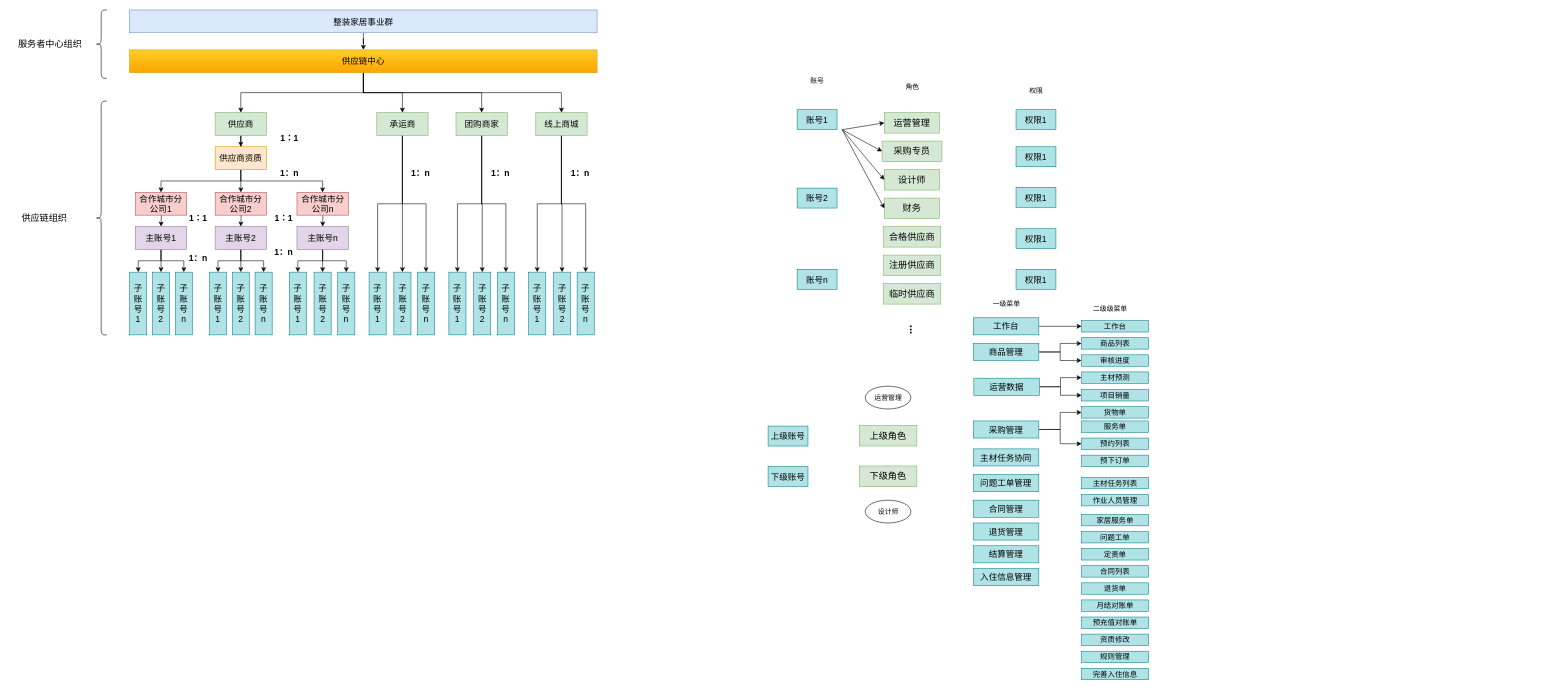
Above: page "第 2 页" (2 of 2) of p6晋升图.drawio in jiangtao2048/diagrams (draw.io), before the change. Source tidied: cells renumbered, new cells numbered last; positions are measured from the earlier drawing's top-left corner, leaving out a move shared by most shapes. Both pictures are drawn from the tidied source at 57%, with x=0, y=0 at pixel (10, 10).
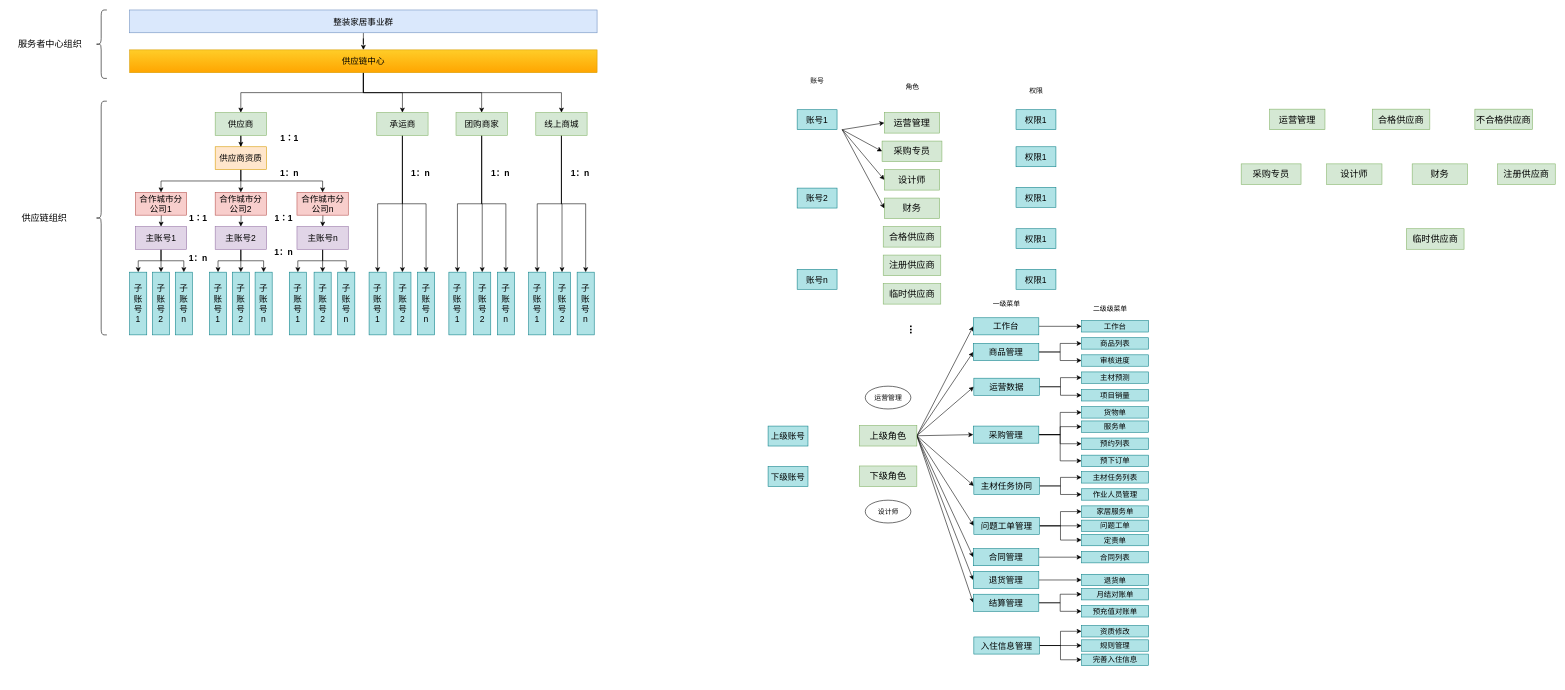
The same diagram, later.

Commit message (it also covers changes not shown here):
更新p6晋升图.drawio

Unchanged cells that the change refers to:
```xml
<mxCell id="100" value="上级角色" style="rounded=0;whiteSpace=wrap;html=1;fontSize=16;fillColor=#d5e8d4;strokeColor=#82b366;" parent="1" vertex="1">
  <mxGeometry x="1490" y="729" width="101" height="36" as="geometry" />
</mxCell>
<mxCell id="107" value="&lt;font style=&quot;font-size: 15px;&quot;&gt;商品管理&lt;/font&gt;" style="rounded=0;whiteSpace=wrap;html=1;fillColor=#b0e3e6;strokeColor=#0e8088;" parent="1" vertex="1">
  <mxGeometry x="1690" y="585" width="115" height="30" as="geometry" />
</mxCell>
<mxCell id="110" value="&lt;font style=&quot;font-size: 15px;&quot;&gt;运营数据&lt;br&gt;&lt;/font&gt;" style="rounded=0;whiteSpace=wrap;html=1;fillColor=#b0e3e6;strokeColor=#0e8088;" parent="1" vertex="1">
  <mxGeometry x="1691" y="646" width="115" height="30" as="geometry" />
</mxCell>
<mxCell id="123" value="&lt;font style=&quot;font-size: 15px;&quot;&gt;工作台&lt;/font&gt;" style="rounded=0;whiteSpace=wrap;html=1;fillColor=#b0e3e6;strokeColor=#0e8088;" parent="1" vertex="1">
  <mxGeometry x="1690" y="540" width="115" height="30" as="geometry" />
</mxCell>
<mxCell id="143" value="&lt;span style=&quot;font-size: 13px;&quot;&gt;服务单&lt;/span&gt;" style="rounded=0;whiteSpace=wrap;html=1;fillColor=#b0e3e6;strokeColor=#0e8088;" parent="1" vertex="1">
  <mxGeometry x="1880" y="721" width="117.5" height="20" as="geometry" />
</mxCell>
<mxCell id="144" value="&lt;span style=&quot;font-size: 13px;&quot;&gt;预下订单&lt;/span&gt;" style="rounded=0;whiteSpace=wrap;html=1;fillColor=#b0e3e6;strokeColor=#0e8088;" parent="1" vertex="1">
  <mxGeometry x="1880" y="781" width="117.5" height="20" as="geometry" />
</mxCell>
```

Change to the diagram source:
```diff
@@
+    <mxCell id="145" style="edgeStyle=none;rounded=0;jettySize=auto;html=1;exitX=1;exitY=0.5;exitDx=0;exitDy=0;entryX=0;entryY=0.5;entryDx=0;entryDy=0;" parent="1" edge="1" source="100" target="123">
+      <mxGeometry relative="1" as="geometry" />
+    </mxCell>
+    <mxCell id="146" style="edgeStyle=none;rounded=0;jettySize=auto;html=1;exitX=1;exitY=0.5;exitDx=0;exitDy=0;entryX=0;entryY=0.5;entryDx=0;entryDy=0;" parent="1" edge="1" source="100" target="107">
+      <mxGeometry relative="1" as="geometry" />
+    </mxCell>
+    <mxCell id="147" style="edgeStyle=none;rounded=0;jettySize=auto;html=1;exitX=1;exitY=0.5;exitDx=0;exitDy=0;entryX=0;entryY=0.5;entryDx=0;entryDy=0;" parent="1" edge="1" source="100" target="110">
+      <mxGeometry relative="1" as="geometry" />
+    </mxCell>
+    <mxCell id="148" style="edgeStyle=none;rounded=0;jettySize=auto;html=1;exitX=1;exitY=0.5;exitDx=0;exitDy=0;entryX=0;entryY=0.5;entryDx=0;entryDy=0;" parent="1" edge="1" source="100" target="113">
+      <mxGeometry relative="1" as="geometry" />
+    </mxCell>
+    <mxCell id="149" style="edgeStyle=none;rounded=0;jettySize=auto;html=1;exitX=1;exitY=0.5;exitDx=0;exitDy=0;entryX=0;entryY=0.5;entryDx=0;entryDy=0;" parent="1" edge="1" source="100" target="116">
+      <mxGeometry relative="1" as="geometry" />
+    </mxCell>
+    <mxCell id="150" style="edgeStyle=none;rounded=0;jettySize=auto;html=1;exitX=1;exitY=0.5;exitDx=0;exitDy=0;entryX=0;entryY=0.5;entryDx=0;entryDy=0;" parent="1" edge="1" source="100" target="117">
+      <mxGeometry relative="1" as="geometry" />
+    </mxCell>
+    <mxCell id="151" style="edgeStyle=none;rounded=0;jettySize=auto;html=1;exitX=1;exitY=0.5;exitDx=0;exitDy=0;entryX=0;entryY=0.5;entryDx=0;entryDy=0;" parent="1" edge="1" source="100" target="118">
+      <mxGeometry relative="1" as="geometry" />
+    </mxCell>
+    <mxCell id="152" style="edgeStyle=none;rounded=0;jettySize=auto;html=1;exitX=1;exitY=0.5;exitDx=0;exitDy=0;entryX=0;entryY=0.5;entryDx=0;entryDy=0;" parent="1" edge="1" source="100" target="119">
+      <mxGeometry relative="1" as="geometry" />
+    </mxCell>
+    <mxCell id="153" style="edgeStyle=none;rounded=0;jettySize=auto;html=1;exitX=1;exitY=0.5;exitDx=0;exitDy=0;entryX=0;entryY=0.5;entryDx=0;entryDy=0;" parent="1" edge="1" source="100" target="120">
+      <mxGeometry relative="1" as="geometry" />
+    </mxCell>
@@
+    <mxCell id="154" style="edgeStyle=orthogonalEdgeStyle;rounded=0;jettySize=auto;html=1;exitX=1;exitY=0.5;exitDx=0;exitDy=0;entryX=0;entryY=0.5;entryDx=0;entryDy=0;" parent="1" edge="1" source="113" target="143">
+      <mxGeometry relative="1" as="geometry" />
+    </mxCell>
+    <mxCell id="155" style="edgeStyle=orthogonalEdgeStyle;rounded=0;jettySize=auto;html=1;exitX=1;exitY=0.5;exitDx=0;exitDy=0;entryX=0;entryY=0.5;entryDx=0;entryDy=0;" parent="1" edge="1" source="113" target="144">
+      <mxGeometry relative="1" as="geometry" />
+    </mxCell>
     <mxCell id="113" value="&lt;font style=&quot;font-size: 15px;&quot;&gt;采购管理&lt;br&gt;&lt;/font&gt;" style="rounded=0;whiteSpace=wrap;html=1;fillColor=#b0e3e6;strokeColor=#0e8088;" parent="1" vertex="1">
-      <mxGeometry x="1690" y="721" width="115" height="30" as="geometry" />
+      <mxGeometry x="1690" y="730" width="115" height="30" as="geometry" />
     </mxCell>
@@
+    <mxCell id="156" style="edgeStyle=orthogonalEdgeStyle;rounded=0;jettySize=auto;html=1;exitX=1;exitY=0.5;exitDx=0;exitDy=0;entryX=0;entryY=0.5;entryDx=0;entryDy=0;" parent="1" edge="1" source="116" target="131">
+      <mxGeometry relative="1" as="geometry" />
+    </mxCell>
+    <mxCell id="157" style="edgeStyle=orthogonalEdgeStyle;rounded=0;jettySize=auto;html=1;exitX=1;exitY=0.5;exitDx=0;exitDy=0;entryX=0;entryY=0.5;entryDx=0;entryDy=0;" parent="1" edge="1" source="116" target="132">
+      <mxGeometry relative="1" as="geometry" />
+    </mxCell>
     <mxCell id="116" value="&lt;font style=&quot;font-size: 15px;&quot;&gt;主材任务协同&lt;/font&gt;" style="rounded=0;whiteSpace=wrap;html=1;fillColor=#b0e3e6;strokeColor=#0e8088;" parent="1" vertex="1">
-      <mxGeometry x="1690" y="770" width="115" height="30" as="geometry" />
+      <mxGeometry x="1691" y="820" width="115" height="30" as="geometry" />
     </mxCell>
+    <mxCell id="158" style="edgeStyle=orthogonalEdgeStyle;rounded=0;jettySize=auto;html=1;exitX=1;exitY=0.5;exitDx=0;exitDy=0;" parent="1" edge="1" source="117" target="133">
+      <mxGeometry relative="1" as="geometry" />
+    </mxCell>
+    <mxCell id="159" style="edgeStyle=orthogonalEdgeStyle;rounded=0;jettySize=auto;html=1;exitX=1;exitY=0.5;exitDx=0;exitDy=0;entryX=0;entryY=0.5;entryDx=0;entryDy=0;" parent="1" edge="1" source="117" target="134">
+      <mxGeometry relative="1" as="geometry" />
+    </mxCell>
+    <mxCell id="160" style="edgeStyle=orthogonalEdgeStyle;rounded=0;jettySize=auto;html=1;exitX=1;exitY=0.5;exitDx=0;exitDy=0;entryX=0;entryY=0.5;entryDx=0;entryDy=0;" parent="1" edge="1" source="117" target="135">
+      <mxGeometry relative="1" as="geometry" />
+    </mxCell>
     <mxCell id="117" value="&lt;font style=&quot;font-size: 15px;&quot;&gt;问题工单管理&lt;/font&gt;" style="rounded=0;whiteSpace=wrap;html=1;fillColor=#b0e3e6;strokeColor=#0e8088;" parent="1" vertex="1">
-      <mxGeometry x="1690" y="815" width="115" height="30" as="geometry" />
+      <mxGeometry x="1691" y="890" width="115" height="30" as="geometry" />
     </mxCell>
+    <mxCell id="161" style="edgeStyle=orthogonalEdgeStyle;rounded=0;jettySize=auto;html=1;exitX=1;exitY=0.5;exitDx=0;exitDy=0;" parent="1" edge="1" source="118" target="136">
+      <mxGeometry relative="1" as="geometry" />
+    </mxCell>
     <mxCell id="118" value="&lt;font style=&quot;font-size: 15px;&quot;&gt;合同管理&lt;/font&gt;" style="rounded=0;whiteSpace=wrap;html=1;fillColor=#b0e3e6;strokeColor=#0e8088;" parent="1" vertex="1">
-      <mxGeometry x="1690" y="860" width="115" height="30" as="geometry" />
+      <mxGeometry x="1690" y="945" width="115" height="30" as="geometry" />
     </mxCell>
+    <mxCell id="162" style="edgeStyle=orthogonalEdgeStyle;rounded=0;jettySize=auto;html=1;exitX=1;exitY=0.5;exitDx=0;exitDy=0;entryX=0;entryY=0.5;entryDx=0;entryDy=0;" parent="1" edge="1" source="119" target="137">
+      <mxGeometry relative="1" as="geometry" />
+    </mxCell>
     <mxCell id="119" value="&lt;font style=&quot;font-size: 15px;&quot;&gt;退货管理&lt;/font&gt;" style="rounded=0;whiteSpace=wrap;html=1;fillColor=#b0e3e6;strokeColor=#0e8088;" parent="1" vertex="1">
-      <mxGeometry x="1690" y="900" width="115" height="30" as="geometry" />
+      <mxGeometry x="1690" y="985" width="115" height="30" as="geometry" />
     </mxCell>
+    <mxCell id="163" style="edgeStyle=orthogonalEdgeStyle;rounded=0;jettySize=auto;html=1;exitX=1;exitY=0.5;exitDx=0;exitDy=0;" parent="1" edge="1" source="120" target="138">
+      <mxGeometry relative="1" as="geometry" />
+    </mxCell>
+    <mxCell id="164" style="edgeStyle=orthogonalEdgeStyle;rounded=0;jettySize=auto;html=1;exitX=1;exitY=0.5;exitDx=0;exitDy=0;entryX=0;entryY=0.5;entryDx=0;entryDy=0;" parent="1" edge="1" source="120" target="139">
+      <mxGeometry relative="1" as="geometry" />
+    </mxCell>
     <mxCell id="120" value="&lt;font style=&quot;font-size: 15px;&quot;&gt;结算管理&lt;/font&gt;" style="rounded=0;whiteSpace=wrap;html=1;fillColor=#b0e3e6;strokeColor=#0e8088;" parent="1" vertex="1">
-      <mxGeometry x="1690" y="940" width="115" height="30" as="geometry" />
+      <mxGeometry x="1690" y="1025" width="115" height="30" as="geometry" />
     </mxCell>
+    <mxCell id="165" style="edgeStyle=orthogonalEdgeStyle;rounded=0;jettySize=auto;html=1;exitX=1;exitY=0.5;exitDx=0;exitDy=0;" parent="1" edge="1" source="121" target="140">
+      <mxGeometry relative="1" as="geometry" />
+    </mxCell>
+    <mxCell id="166" style="edgeStyle=orthogonalEdgeStyle;rounded=0;jettySize=auto;html=1;exitX=1;exitY=0.5;exitDx=0;exitDy=0;entryX=0;entryY=0.5;entryDx=0;entryDy=0;" parent="1" edge="1" source="121" target="141">
+      <mxGeometry relative="1" as="geometry" />
+    </mxCell>
+    <mxCell id="167" style="edgeStyle=orthogonalEdgeStyle;rounded=0;jettySize=auto;html=1;exitX=1;exitY=0.5;exitDx=0;exitDy=0;entryX=0;entryY=0.5;entryDx=0;entryDy=0;" parent="1" edge="1" source="121" target="142">
+      <mxGeometry relative="1" as="geometry" />
+    </mxCell>
     <mxCell id="121" value="&lt;font style=&quot;font-size: 15px;&quot;&gt;入住信息管理&lt;/font&gt;" style="rounded=0;whiteSpace=wrap;html=1;fillColor=#b0e3e6;strokeColor=#0e8088;" parent="1" vertex="1">
-      <mxGeometry x="1690" y="980" width="115" height="30" as="geometry" />
+      <mxGeometry x="1691" y="1100" width="115" height="30" as="geometry" />
     </mxCell>
@@
     <mxCell id="131" value="&lt;span style=&quot;font-size: 13px;&quot;&gt;主材任务列表&lt;/span&gt;" style="rounded=0;whiteSpace=wrap;html=1;fillColor=#b0e3e6;strokeColor=#0e8088;" parent="1" vertex="1">
-      <mxGeometry x="1880" y="820" width="117.5" height="20" as="geometry" />
+      <mxGeometry x="1880" y="810" width="117.5" height="20" as="geometry" />
     </mxCell>
     <mxCell id="132" value="&lt;span style=&quot;font-size: 13px;&quot;&gt;作业人员管理&lt;/span&gt;" style="rounded=0;whiteSpace=wrap;html=1;fillColor=#b0e3e6;strokeColor=#0e8088;" parent="1" vertex="1">
-      <mxGeometry x="1880" y="850" width="117.5" height="20" as="geometry" />
+      <mxGeometry x="1880" y="840" width="117.5" height="20" as="geometry" />
     </mxCell>
     <mxCell id="133" value="&lt;span style=&quot;font-size: 13px;&quot;&gt;家居服务单&lt;/span&gt;" style="rounded=0;whiteSpace=wrap;html=1;fillColor=#b0e3e6;strokeColor=#0e8088;" parent="1" vertex="1">
-      <mxGeometry x="1880" y="885" width="117.5" height="20" as="geometry" />
+      <mxGeometry x="1880" y="870" width="117.5" height="20" as="geometry" />
     </mxCell>
     <mxCell id="134" value="&lt;span style=&quot;font-size: 13px;&quot;&gt;问题工单&lt;/span&gt;" style="rounded=0;whiteSpace=wrap;html=1;fillColor=#b0e3e6;strokeColor=#0e8088;" parent="1" vertex="1">
-      <mxGeometry x="1880" y="915" width="117.5" height="20" as="geometry" />
+      <mxGeometry x="1880" y="895" width="117.5" height="20" as="geometry" />
     </mxCell>
     <mxCell id="135" value="&lt;span style=&quot;font-size: 13px;&quot;&gt;定责单&lt;/span&gt;" style="rounded=0;whiteSpace=wrap;html=1;fillColor=#b0e3e6;strokeColor=#0e8088;" parent="1" vertex="1">
-      <mxGeometry x="1880" y="945" width="117.5" height="20" as="geometry" />
+      <mxGeometry x="1880" y="920" width="117.5" height="20" as="geometry" />
     </mxCell>
     <mxCell id="136" value="&lt;span style=&quot;font-size: 13px;&quot;&gt;合同列表&lt;/span&gt;" style="rounded=0;whiteSpace=wrap;html=1;fillColor=#b0e3e6;strokeColor=#0e8088;" parent="1" vertex="1">
-      <mxGeometry x="1880" y="975" width="117.5" height="20" as="geometry" />
+      <mxGeometry x="1880" y="950" width="117.5" height="20" as="geometry" />
     </mxCell>
     <mxCell id="137" value="&lt;span style=&quot;font-size: 13px;&quot;&gt;退货单&lt;/span&gt;" style="rounded=0;whiteSpace=wrap;html=1;fillColor=#b0e3e6;strokeColor=#0e8088;" parent="1" vertex="1">
-      <mxGeometry x="1880" y="1005" width="117.5" height="20" as="geometry" />
+      <mxGeometry x="1880" y="990" width="117.5" height="20" as="geometry" />
     </mxCell>
     <mxCell id="138" value="&lt;span style=&quot;font-size: 13px;&quot;&gt;月结对账单&lt;/span&gt;" style="rounded=0;whiteSpace=wrap;html=1;fillColor=#b0e3e6;strokeColor=#0e8088;" parent="1" vertex="1">
-      <mxGeometry x="1880" y="1035" width="117.5" height="20" as="geometry" />
+      <mxGeometry x="1880" y="1015" width="117.5" height="20" as="geometry" />
     </mxCell>
     <mxCell id="139" value="&lt;span style=&quot;font-size: 13px;&quot;&gt;预充值对账单&lt;/span&gt;" style="rounded=0;whiteSpace=wrap;html=1;fillColor=#b0e3e6;strokeColor=#0e8088;" parent="1" vertex="1">
-      <mxGeometry x="1880" y="1065" width="117.5" height="20" as="geometry" />
+      <mxGeometry x="1880" y="1045" width="117.5" height="20" as="geometry" />
     </mxCell>
     <mxCell id="140" value="&lt;span style=&quot;font-size: 13px;&quot;&gt;资质修改&lt;/span&gt;" style="rounded=0;whiteSpace=wrap;html=1;fillColor=#b0e3e6;strokeColor=#0e8088;" parent="1" vertex="1">
-      <mxGeometry x="1880" y="1095" width="117.5" height="20" as="geometry" />
+      <mxGeometry x="1880" y="1080" width="117.5" height="20" as="geometry" />
     </mxCell>
     <mxCell id="141" value="&lt;span style=&quot;font-size: 13px;&quot;&gt;规则管理&lt;/span&gt;" style="rounded=0;whiteSpace=wrap;html=1;fillColor=#b0e3e6;strokeColor=#0e8088;" parent="1" vertex="1">
-      <mxGeometry x="1880" y="1125" width="117.5" height="20" as="geometry" />
+      <mxGeometry x="1880" y="1105" width="117.5" height="20" as="geometry" />
     </mxCell>
     <mxCell id="142" value="&lt;span style=&quot;font-size: 13px;&quot;&gt;完善入住信息&lt;/span&gt;" style="rounded=0;whiteSpace=wrap;html=1;fillColor=#b0e3e6;strokeColor=#0e8088;" parent="1" vertex="1">
-      <mxGeometry x="1880" y="1155" width="117.5" height="20" as="geometry" />
+      <mxGeometry x="1880" y="1130" width="117.5" height="20" as="geometry" />
     </mxCell>
@@
+    <mxCell id="168" value="运营管理" style="rounded=0;whiteSpace=wrap;html=1;fontSize=16;fillColor=#d5e8d4;strokeColor=#82b366;" parent="1" vertex="1">
+      <mxGeometry x="2210" y="174" width="97" height="36" as="geometry" />
+    </mxCell>
+    <mxCell id="169" value="合格供应商" style="rounded=0;whiteSpace=wrap;html=1;fontSize=16;fillColor=#d5e8d4;strokeColor=#82b366;" parent="1" vertex="1">
+      <mxGeometry x="2390" y="174" width="101" height="36" as="geometry" />
+    </mxCell>
+    <mxCell id="170" value="采购专员" style="rounded=0;whiteSpace=wrap;html=1;fontSize=16;fillColor=#d5e8d4;strokeColor=#82b366;" parent="1" vertex="1">
+      <mxGeometry x="2160" y="270" width="105" height="36" as="geometry" />
+    </mxCell>
+    <mxCell id="171" value="设计师" style="rounded=0;whiteSpace=wrap;html=1;fontSize=16;fillColor=#d5e8d4;strokeColor=#82b366;" parent="1" vertex="1">
+      <mxGeometry x="2310" y="270" width="97" height="36" as="geometry" />
+    </mxCell>
+    <mxCell id="172" value="财务" style="rounded=0;whiteSpace=wrap;html=1;fontSize=16;fillColor=#d5e8d4;strokeColor=#82b366;" parent="1" vertex="1">
+      <mxGeometry x="2460" y="270" width="97" height="36" as="geometry" />
+    </mxCell>
+    <mxCell id="173" value="注册供应商" style="rounded=0;whiteSpace=wrap;html=1;fontSize=16;fillColor=#d5e8d4;strokeColor=#82b366;" parent="1" vertex="1">
+      <mxGeometry x="2610" y="270" width="101" height="36" as="geometry" />
+    </mxCell>
+    <mxCell id="174" value="临时供应商" style="rounded=0;whiteSpace=wrap;html=1;fontSize=16;fillColor=#d5e8d4;strokeColor=#82b366;" parent="1" vertex="1">
+      <mxGeometry x="2450" y="383.8" width="101" height="36" as="geometry" />
+    </mxCell>
+    <mxCell id="175" value="不合格供应商" style="rounded=0;whiteSpace=wrap;html=1;fontSize=16;fillColor=#d5e8d4;strokeColor=#82b366;" parent="1" vertex="1">
+      <mxGeometry x="2570" y="174" width="101" height="36" as="geometry" />
+    </mxCell>
```
